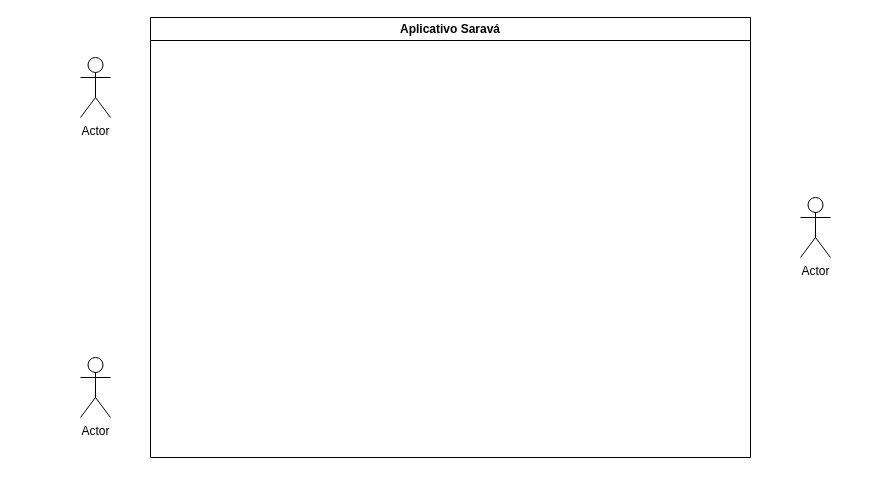
AlexCarvalhovisk/sarava keeps this draw.io diagram as Diagrama sem nome.drawio. Above is the earlier version. Source tidied: cells renumbered, new cells numbered last; positions are measured from the earlier drawing's top-left corner, leaving out a move shared by most shapes. Both pictures are drawn from the tidied source at 100%, with x=0, y=0 at pixel (80, 17).
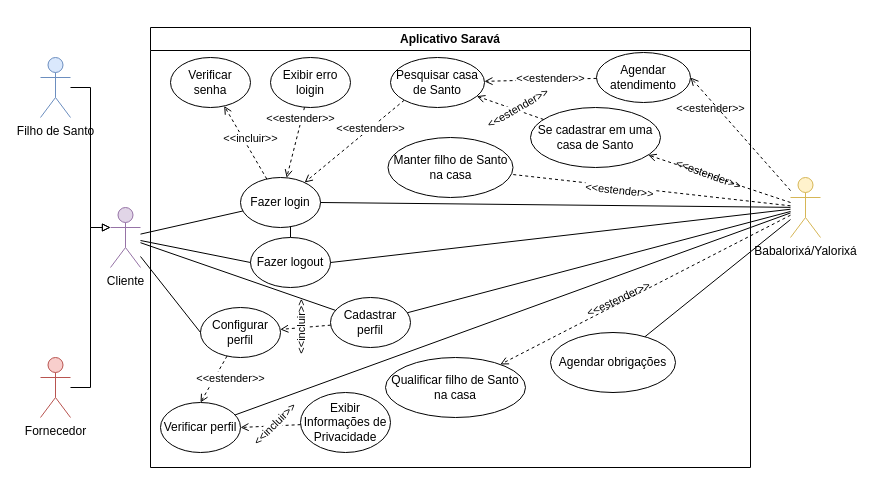
After the change.

Diff of the diagram source:
```diff
@@
     <mxCell id="2" value="Aplicativo Saravá" style="swimlane;whiteSpace=wrap;html=1;" parent="1" vertex="1">
-      <mxGeometry x="70" width="600" height="440" as="geometry" />
+      <mxGeometry x="70" y="10" width="600" height="440" as="geometry" />
     </mxCell>
+    <mxCell id="6" style="rounded=0;jettySize=auto;html=1;dashed=1;endArrow=open;endFill=0;" parent="2" edge="1" source="8" target="11">
+      <mxGeometry relative="1" as="geometry" />
+    </mxCell>
+    <mxCell id="7" style="rounded=0;jettySize=auto;html=1;endArrow=open;endFill=0;dashed=1;exitX=0;exitY=1;exitDx=0;exitDy=0;" parent="2" edge="1" source="21" target="8">
+      <mxGeometry relative="1" as="geometry" />
+    </mxCell>
+    <mxCell id="8" value="Fazer login" style="ellipse;whiteSpace=wrap;html=1;" parent="2" vertex="1">
+      <mxGeometry x="90" y="150" width="80" height="50" as="geometry" />
+    </mxCell>
+    <mxCell id="9" style="edgeStyle=orthogonalEdgeStyle;rounded=0;jettySize=auto;html=1;endArrow=none;endFill=0;" parent="2" edge="1" source="10" target="8">
+      <mxGeometry relative="1" as="geometry">
+        <Array as="points">
+          <mxPoint x="120" y="210" />
+          <mxPoint x="120" y="210" />
+        </Array>
+      </mxGeometry>
+    </mxCell>
+    <mxCell id="10" value="Fazer logout" style="ellipse;whiteSpace=wrap;html=1;" parent="2" vertex="1">
+      <mxGeometry x="100" y="210" width="80" height="50" as="geometry" />
+    </mxCell>
+    <mxCell id="11" value="Verificar senha" style="ellipse;whiteSpace=wrap;html=1;" parent="2" vertex="1">
+      <mxGeometry x="20" y="30" width="80" height="50" as="geometry" />
+    </mxCell>
+    <mxCell id="12" style="rounded=0;jettySize=auto;html=1;dashed=1;endArrow=open;endFill=0;" parent="2" edge="1" source="13" target="8">
+      <mxGeometry relative="1" as="geometry" />
+    </mxCell>
+    <mxCell id="13" value="Exibir erro loigin" style="ellipse;whiteSpace=wrap;html=1;" parent="2" vertex="1">
+      <mxGeometry x="120" y="30" width="80" height="50" as="geometry" />
+    </mxCell>
+    <mxCell id="14" value="&amp;lt;&amp;lt;estender&amp;gt;&amp;gt;" style="edgeLabel;html=1;align=center;verticalAlign=middle;" parent="2" vertex="1">
+      <mxGeometry x="130" y="90" as="geometry">
+        <mxPoint x="19" as="offset" />
+      </mxGeometry>
+    </mxCell>
+    <mxCell id="15" value="Configurar perfil" style="ellipse;whiteSpace=wrap;html=1;perimeterSpacing=0;shadow=0;" parent="2" vertex="1">
+      <mxGeometry x="50" y="280" width="80" height="50" as="geometry" />
+    </mxCell>
+    <mxCell id="16" value="Verificar perfil" style="ellipse;whiteSpace=wrap;html=1;perimeterSpacing=0;shadow=0;" parent="2" vertex="1">
+      <mxGeometry x="10" y="375" width="80" height="50" as="geometry" />
+    </mxCell>
+    <mxCell id="17" style="rounded=0;jettySize=auto;html=1;entryX=1;entryY=0.5;entryDx=0;entryDy=0;dashed=1;endArrow=open;endFill=0;" parent="2" edge="1" source="18" target="16">
+      <mxGeometry relative="1" as="geometry" />
+    </mxCell>
+    <mxCell id="18" value="Exibir Informações de Privacidade" style="ellipse;whiteSpace=wrap;html=1;perimeterSpacing=0;shadow=0;" parent="2" vertex="1">
+      <mxGeometry x="150" y="365" width="90" height="60" as="geometry" />
+    </mxCell>
+    <mxCell id="19" value="&amp;lt;&amp;lt;incluir&amp;gt;&amp;gt;" style="edgeLabel;html=1;align=center;verticalAlign=middle;rotation=0;" parent="2" vertex="1">
+      <mxGeometry x="80" y="110" as="geometry">
+        <mxPoint x="19" as="offset" />
+      </mxGeometry>
+    </mxCell>
+    <mxCell id="20" value="&amp;lt;&amp;lt;incluir&amp;gt;&amp;gt;" style="edgeLabel;html=1;align=center;verticalAlign=middle;rotation=-45;" parent="2" vertex="1">
+      <mxGeometry x="110" y="410" as="geometry">
+        <mxPoint x="19" as="offset" />
+      </mxGeometry>
+    </mxCell>
+    <mxCell id="21" value="Pesquisar casa de Santo" style="ellipse;whiteSpace=wrap;html=1;" parent="2" vertex="1">
+      <mxGeometry x="240" y="30" width="94" height="50" as="geometry" />
+    </mxCell>
+    <mxCell id="22" value="&amp;lt;&amp;lt;estender&amp;gt;&amp;gt;" style="edgeLabel;html=1;align=center;verticalAlign=middle;" parent="2" vertex="1">
+      <mxGeometry x="200" y="100" as="geometry">
+        <mxPoint x="19" as="offset" />
+      </mxGeometry>
+    </mxCell>
+    <mxCell id="23" value="Se cadastrar em uma casa de Santo" style="ellipse;whiteSpace=wrap;html=1;" parent="2" vertex="1">
+      <mxGeometry x="380" y="80" width="130" height="60" as="geometry" />
+    </mxCell>
+    <mxCell id="24" style="rounded=0;jettySize=auto;html=1;dashed=1;endArrow=open;endFill=0;entryX=0.5;entryY=0;entryDx=0;entryDy=0;" parent="2" edge="1" source="15" target="16">
+      <mxGeometry relative="1" as="geometry" />
+    </mxCell>
+    <mxCell id="25" value="&amp;lt;&amp;lt;estender&amp;gt;&amp;gt;" style="edgeLabel;html=1;align=center;verticalAlign=middle;" parent="2" vertex="1">
+      <mxGeometry x="60" y="350" as="geometry">
+        <mxPoint x="19" as="offset" />
+      </mxGeometry>
+    </mxCell>
+    <mxCell id="26" style="rounded=0;jettySize=auto;html=1;endArrow=open;endFill=0;dashed=1;" parent="2" edge="1" source="23" target="21">
+      <mxGeometry relative="1" as="geometry" />
+    </mxCell>
+    <mxCell id="27" value="&amp;lt;&amp;lt;estender&amp;gt;&amp;gt;" style="edgeLabel;html=1;align=center;verticalAlign=middle;rotation=-30;" parent="2" vertex="1">
+      <mxGeometry x="350" y="90" as="geometry">
+        <mxPoint x="19" as="offset" />
+      </mxGeometry>
+    </mxCell>
+    <mxCell id="28" value="Manter filho de Santo na casa" style="ellipse;whiteSpace=wrap;html=1;" parent="2" vertex="1">
+      <mxGeometry x="237.5" y="110" width="125" height="60" as="geometry" />
+    </mxCell>
+    <mxCell id="29" value="Cadastrar perfil" style="ellipse;whiteSpace=wrap;html=1;perimeterSpacing=0;shadow=0;" parent="2" vertex="1">
+      <mxGeometry x="180" y="270" width="80" height="50" as="geometry" />
+    </mxCell>
+    <mxCell id="30" style="rounded=0;jettySize=auto;html=1;dashed=1;endArrow=open;endFill=0;" parent="2" edge="1" source="29" target="15">
+      <mxGeometry relative="1" as="geometry" />
+    </mxCell>
+    <mxCell id="31" value="&amp;lt;&amp;lt;incluir&amp;gt;&amp;gt;" style="edgeLabel;html=1;align=center;verticalAlign=middle;rotation=-90;" parent="2" vertex="1">
+      <mxGeometry x="150" y="320" as="geometry">
+        <mxPoint x="19" as="offset" />
+      </mxGeometry>
+    </mxCell>
+    <mxCell id="32" value="Qualificar filho de Santo na casa" style="ellipse;whiteSpace=wrap;html=1;" parent="2" vertex="1">
+      <mxGeometry x="235" y="330" width="140" height="60" as="geometry" />
+    </mxCell>
+    <mxCell id="33" value="&amp;lt;&amp;lt;estender&amp;gt;&amp;gt;" style="edgeLabel;html=1;align=center;verticalAlign=middle;rotation=-25;" parent="2" vertex="1">
+      <mxGeometry x="450" y="280" as="geometry">
+        <mxPoint x="19" as="offset" />
+      </mxGeometry>
+    </mxCell>
+    <mxCell id="34" value="Agendar obrigações" style="ellipse;whiteSpace=wrap;html=1;" parent="2" vertex="1">
+      <mxGeometry x="400" y="305" width="125" height="60" as="geometry" />
+    </mxCell>
+    <mxCell id="35" value="Agendar atendimento" style="ellipse;whiteSpace=wrap;html=1;" parent="2" vertex="1">
+      <mxGeometry x="446" y="25" width="94" height="50" as="geometry" />
+    </mxCell>
+    <mxCell id="36" value="&amp;lt;&amp;lt;estender&amp;gt;&amp;gt;" style="edgeLabel;html=1;align=center;verticalAlign=middle;rotation=0;" parent="2" vertex="1">
+      <mxGeometry x="540" y="80" as="geometry">
+        <mxPoint x="19" as="offset" />
+      </mxGeometry>
+    </mxCell>
+    <mxCell id="37" style="rounded=0;jettySize=auto;html=1;endArrow=open;endFill=0;dashed=1;" parent="2" edge="1" source="35" target="21">
+      <mxGeometry relative="1" as="geometry" />
+    </mxCell>
+    <mxCell id="38" value="&amp;lt;&amp;lt;estender&amp;gt;&amp;gt;" style="edgeLabel;html=1;align=center;verticalAlign=middle;rotation=0;" parent="2" vertex="1">
+      <mxGeometry x="380" y="50" as="geometry">
+        <mxPoint x="19" as="offset" />
+      </mxGeometry>
+    </mxCell>
+    <mxCell id="39" value="&amp;lt;&amp;lt;estender&amp;gt;&amp;gt;" style="edgeLabel;html=1;align=center;verticalAlign=middle;rotation=20;" parent="2" vertex="1">
+      <mxGeometry x="540" y="140" as="geometry">
+        <mxPoint x="19" as="offset" />
+      </mxGeometry>
+    </mxCell>
+    <mxCell id="40" style="rounded=0;jettySize=auto;html=1;endArrow=none;endFill=0;" parent="1" edge="1" source="3" target="8">
+      <mxGeometry relative="1" as="geometry" />
+    </mxCell>
+    <mxCell id="41" style="rounded=0;jettySize=auto;html=1;entryX=0;entryY=0.5;entryDx=0;entryDy=0;endArrow=none;endFill=0;" parent="1" edge="1" source="3" target="10">
+      <mxGeometry relative="1" as="geometry" />
+    </mxCell>
+    <mxCell id="42" style="rounded=0;jettySize=auto;html=1;entryX=0;entryY=0.5;entryDx=0;entryDy=0;endArrow=none;endFill=0;" parent="1" edge="1" source="3" target="15">
+      <mxGeometry relative="1" as="geometry" />
+    </mxCell>
+    <mxCell id="43" style="rounded=0;jettySize=auto;html=1;endArrow=none;endFill=0;" parent="1" edge="1" source="3" target="29">
+      <mxGeometry relative="1" as="geometry" />
+    </mxCell>
-    <mxCell id="3" value="Actor" style="shape=umlActor;verticalLabelPosition=bottom;verticalAlign=top;html=1;outlineConnect=0;" parent="1" vertex="1">
-      <mxGeometry y="40" width="30" height="60" as="geometry" />
+    <mxCell id="3" value="Cliente" style="shape=umlActor;verticalLabelPosition=bottom;verticalAlign=top;html=1;outlineConnect=0;fillColor=#e1d5e7;strokeColor=#9673a6;" parent="1" vertex="1">
+      <mxGeometry x="30" y="190" width="30" height="60" as="geometry" />
     </mxCell>
+    <mxCell id="44" style="edgeStyle=orthogonalEdgeStyle;rounded=0;jettySize=auto;html=1;entryX=0;entryY=0.3333333333333333;entryDx=0;entryDy=0;entryPerimeter=0;endArrow=block;endFill=0;" parent="1" edge="1" source="4" target="3">
+      <mxGeometry relative="1" as="geometry" />
+    </mxCell>
-    <mxCell id="4" value="Actor" style="shape=umlActor;verticalLabelPosition=bottom;verticalAlign=top;html=1;outlineConnect=0;" parent="1" vertex="1">
-      <mxGeometry y="340" width="30" height="60" as="geometry" />
+    <mxCell id="4" value="Fornecedor" style="shape=umlActor;verticalLabelPosition=bottom;verticalAlign=top;html=1;outlineConnect=0;fillColor=#f8cecc;strokeColor=#b85450;" parent="1" vertex="1">
+      <mxGeometry x="-40" y="340" width="30" height="60" as="geometry" />
     </mxCell>
+    <mxCell id="45" style="rounded=0;jettySize=auto;html=1;entryX=1;entryY=0.5;entryDx=0;entryDy=0;endArrow=none;endFill=0;" parent="1" edge="1" source="5" target="8">
+      <mxGeometry relative="1" as="geometry" />
+    </mxCell>
+    <mxCell id="46" style="rounded=0;jettySize=auto;html=1;entryX=1;entryY=0.5;entryDx=0;entryDy=0;endArrow=none;endFill=0;" parent="1" edge="1" source="5" target="10">
+      <mxGeometry relative="1" as="geometry" />
+    </mxCell>
+    <mxCell id="47" style="rounded=0;jettySize=auto;html=1;endArrow=none;endFill=0;" parent="1" edge="1" source="5" target="16">
+      <mxGeometry relative="1" as="geometry" />
+    </mxCell>
+    <mxCell id="48" style="rounded=0;jettySize=auto;html=1;endArrow=none;endFill=0;dashed=1;" parent="1" edge="1" source="5" target="28">
+      <mxGeometry relative="1" as="geometry" />
+    </mxCell>
+    <mxCell id="49" style="rounded=0;jettySize=auto;html=1;endArrow=none;endFill=0;" parent="1" edge="1" source="5" target="29">
+      <mxGeometry relative="1" as="geometry" />
+    </mxCell>
+    <mxCell id="50" style="rounded=0;jettySize=auto;html=1;dashed=1;endArrow=open;endFill=0;" parent="1" edge="1" source="5" target="32">
+      <mxGeometry relative="1" as="geometry" />
+    </mxCell>
+    <mxCell id="51" style="rounded=0;jettySize=auto;html=1;dashed=1;entryX=1;entryY=0.5;entryDx=0;entryDy=0;endArrow=open;endFill=0;" parent="1" edge="1" source="5" target="35">
+      <mxGeometry relative="1" as="geometry" />
+    </mxCell>
+    <mxCell id="52" style="rounded=0;jettySize=auto;html=1;endArrow=none;endFill=0;" parent="1" edge="1" source="5" target="34">
+      <mxGeometry relative="1" as="geometry" />
+    </mxCell>
+    <mxCell id="53" style="rounded=0;jettySize=auto;html=1;dashed=1;endArrow=open;endFill=0;" parent="1" edge="1" source="5" target="23">
+      <mxGeometry relative="1" as="geometry" />
+    </mxCell>
-    <mxCell id="5" value="Actor" style="shape=umlActor;verticalLabelPosition=bottom;verticalAlign=top;html=1;outlineConnect=0;" parent="1" vertex="1">
-      <mxGeometry x="720" y="180" width="30" height="60" as="geometry" />
+    <mxCell id="5" value="Babalorixá/Yalorixá" style="shape=umlActor;verticalLabelPosition=bottom;verticalAlign=top;html=1;outlineConnect=0;fillColor=#fff2cc;strokeColor=#d6b656;" parent="1" vertex="1">
+      <mxGeometry x="710" y="160" width="30" height="60" as="geometry" />
     </mxCell>
+    <mxCell id="54" style="edgeStyle=orthogonalEdgeStyle;rounded=0;jettySize=auto;html=1;entryX=0;entryY=0.3333333333333333;entryDx=0;entryDy=0;entryPerimeter=0;endArrow=block;endFill=0;" parent="1" edge="1" source="55" target="3">
+      <mxGeometry relative="1" as="geometry" />
+    </mxCell>
+    <mxCell id="55" value="Filho de Santo" style="shape=umlActor;verticalLabelPosition=bottom;verticalAlign=top;html=1;fillColor=#dae8fc;strokeColor=#6c8ebf;" parent="1" vertex="1">
+      <mxGeometry x="-40" y="40" width="30" height="60" as="geometry" />
+    </mxCell>
+    <mxCell id="56" value="&amp;lt;&amp;lt;estender&amp;gt;&amp;gt;" style="edgeLabel;html=1;align=center;verticalAlign=middle;rotation=6;" parent="1" vertex="1">
+      <mxGeometry x="520" y="170" as="geometry">
+        <mxPoint x="19" as="offset" />
+      </mxGeometry>
+    </mxCell>
```
